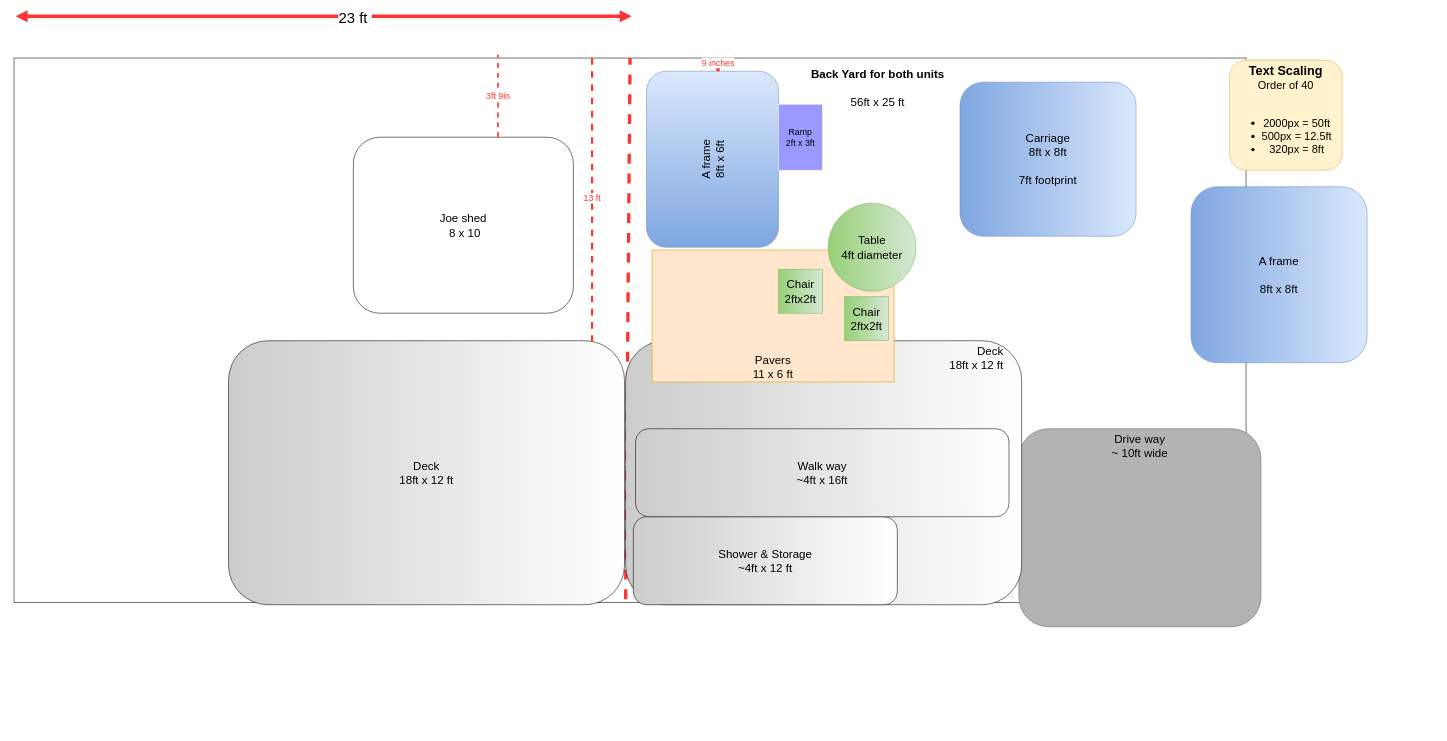
Earlier version of the draw.io diagram BackYard.drawio (timfitzGit/SeaIsle). Source tidied: cells renumbered, new cells numbered last; positions are measured from the earlier drawing's top-left corner, leaving out a move shared by most shapes. Both pictures are drawn from the tidied source at 55%, with x=0, y=0 at pixel (14, 16).
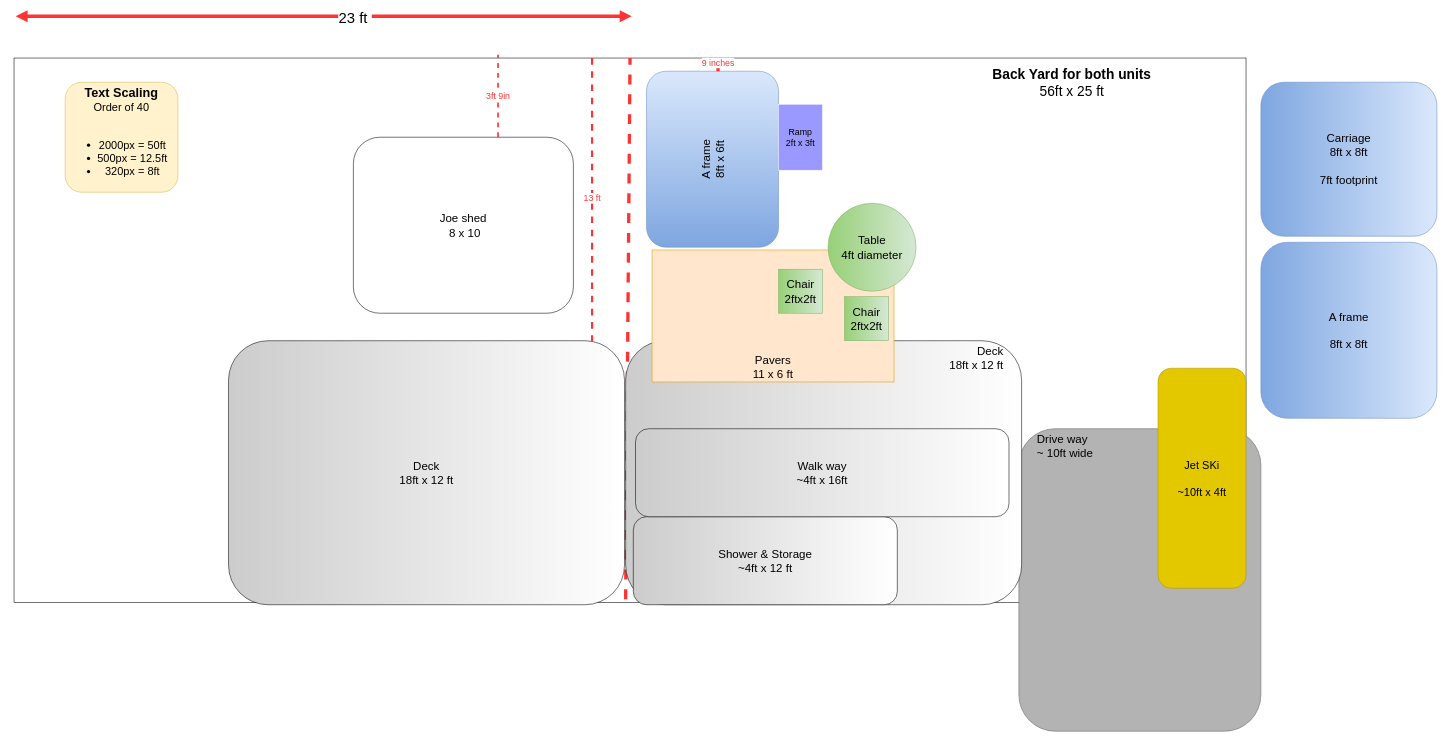
The same diagram, later.

What changed in the source:
```diff
@@
     <mxCell id="3" value="&lt;b style=&quot;font-size: 23px&quot;&gt;Text Scaling&lt;br&gt;&lt;/b&gt;Order of 40&lt;br&gt;&lt;span&gt;&lt;br&gt;&lt;/span&gt;&lt;ul&gt;&lt;li&gt;&lt;span&gt;2000px = 50ft&lt;/span&gt;&lt;/li&gt;&lt;li&gt;500px = 12.5ft&lt;/li&gt;&lt;li&gt;320px = 8ft&lt;/li&gt;&lt;/ul&gt;" style="rounded=1;whiteSpace=wrap;html=1;fontSize=20;labelPosition=center;verticalLabelPosition=middle;align=center;verticalAlign=middle;fillColor=#fff2cc;strokeColor=#d6b656;" parent="1" vertex="1">
-      <mxGeometry x="2210" y="80" width="205" height="200" as="geometry" />
+      <mxGeometry x="93" y="120" width="205" height="200" as="geometry" />
     </mxCell>
-    <mxCell id="4" value="&lt;b&gt;Back Yard for both units&lt;/b&gt;&lt;br style=&quot;font-size: 21px&quot;&gt;&lt;br style=&quot;font-size: 21px&quot;&gt;56ft x 25 ft" style="text;html=1;align=center;verticalAlign=middle;fillColor=none;strokeColor=none;rounded=0;fontSize=21;" parent="1" vertex="1">
-      <mxGeometry x="1440" y="90" width="260" height="80" as="geometry" />
+    <mxCell id="4" value="&lt;b style=&quot;font-size: 25px;&quot;&gt;Back Yard for both units&lt;/b&gt;&lt;br style=&quot;font-size: 25px;&quot;&gt;56ft x 25 ft" style="text;html=1;align=center;verticalAlign=middle;fillColor=none;strokeColor=none;rounded=0;fontSize=25;" parent="1" vertex="1">
+      <mxGeometry x="1773" y="85" width="300" height="70" as="geometry" />
     </mxCell>
@@
-    <mxCell id="7" value="Drive way&lt;br&gt;~ 10ft wide" style="rounded=1;whiteSpace=wrap;html=1;fontSize=21;fillColor=#B3B3B3;gradientColor=none;strokeColor=#666666;verticalAlign=top;" parent="1" vertex="1">
-      <mxGeometry x="1827" y="750" width="440" height="360" as="geometry" />
+    <mxCell id="7" value="Drive way&lt;br&gt;~ 10ft wide" style="rounded=1;whiteSpace=wrap;html=1;fontSize=21;fillColor=#B3B3B3;gradientColor=none;strokeColor=#666666;verticalAlign=top;align=left;spacingLeft=31;" parent="1" vertex="1">
+      <mxGeometry x="1827" y="750" width="440" height="550" as="geometry" />
     </mxCell>
@@
     <mxCell id="12" value="A frame&lt;br&gt;&amp;nbsp;&lt;br&gt;8ft x 8ft" style="rounded=1;whiteSpace=wrap;html=1;fontSize=21;gradientColor=#7ea6e0;gradientDirection=west;fillColor=#dae8fc;strokeColor=#6c8ebf;" parent="1" vertex="1">
-      <mxGeometry x="2140" y="310" width="320" height="320" as="geometry" />
+      <mxGeometry x="2267" y="411" width="320" height="320" as="geometry" />
     </mxCell>
     <mxCell id="13" value="Carriage&lt;br&gt;8ft x 8ft&lt;br&gt;&lt;br&gt;7ft footprint" style="rounded=1;whiteSpace=wrap;html=1;fontSize=21;gradientColor=#7ea6e0;gradientDirection=west;rotation=0;textDirection=ltr;fillColor=#dae8fc;strokeColor=#6c8ebf;" parent="1" vertex="1">
-      <mxGeometry x="1720" y="120" width="320" height="280" as="geometry" />
+      <mxGeometry x="2267" y="120" width="320" height="280" as="geometry" />
     </mxCell>
@@
+    <mxCell id="25" value="Jet SKi&lt;br&gt;&lt;br&gt;~10ft x 4ft" style="rounded=1;whiteSpace=wrap;html=1;fontSize=20;fontColor=#000000;strokeColor=#B09500;fillColor=#e3c800;gradientDirection=west;rotation=0;" parent="1" vertex="1">
+      <mxGeometry x="2080" y="640" width="160" height="400" as="geometry" />
+    </mxCell>
```
